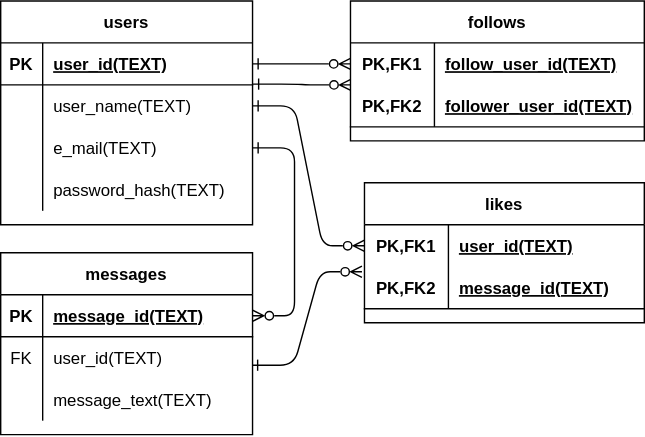
The draw.io diagram docs/ER.svg in shinbunbun/sns, before a commit. Source tidied: cells renumbered, new cells last; positions are measured from the earlier drawing's top-left corner, leaving out a move shared by most shapes.
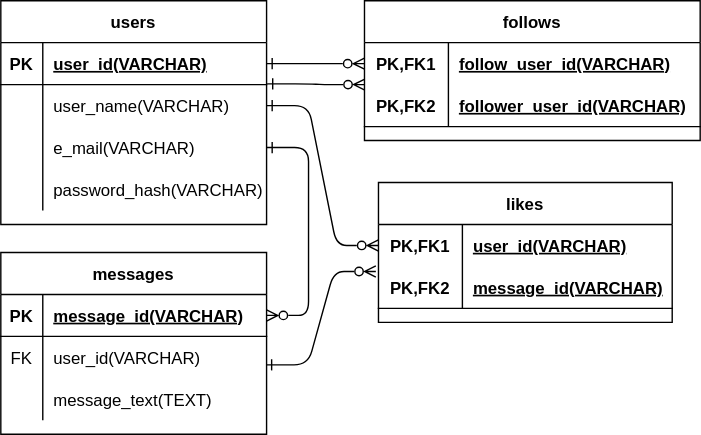
After the change.

What changed in the source:
```diff
@@ -3,118 +3,118 @@
     <mxCell id="0" />
     <mxCell id="1" parent="0" />
     <mxCell id="2" value="users" style="shape=table;startSize=30;rowLines=0;fontStyle=1;align=center;" parent="1" vertex="1">
-      <mxGeometry width="180" height="160" as="geometry" />
+      <mxGeometry x="-10" width="190" height="160" as="geometry" />
     </mxCell>
     <mxCell id="3" style="shape=partialRectangle;fillColor=none;top=0;left=0;bottom=1;right=0;points=[[0,0.5],[1,0.5]];portConstraint=eastwest;" parent="2" vertex="1">
-      <mxGeometry y="30" width="180" height="30" as="geometry" />
+      <mxGeometry y="30" width="190" height="30" as="geometry" />
     </mxCell>
     <mxCell id="4" value="PK" style="shape=partialRectangle;fillColor=none;top=0;left=0;bottom=0;right=0;fontStyle=1;overflow=hidden;" parent="3" vertex="1">
       <mxGeometry width="30" height="30" as="geometry" />
     </mxCell>
-    <mxCell id="5" value="user_id(TEXT)" style="shape=partialRectangle;fillColor=none;top=0;left=0;bottom=0;right=0;align=left;spacingLeft=6;fontStyle=5;overflow=hidden;" parent="3" vertex="1">
-      <mxGeometry x="30" width="150" height="30" as="geometry" />
+    <mxCell id="5" value="user_id(VARCHAR)" style="shape=partialRectangle;fillColor=none;top=0;left=0;bottom=0;right=0;align=left;spacingLeft=6;fontStyle=5;overflow=hidden;" parent="3" vertex="1">
+      <mxGeometry x="30" width="160" height="30" as="geometry" />
     </mxCell>
     <mxCell id="6" style="shape=partialRectangle;fillColor=none;top=0;left=0;bottom=0;right=0;points=[[0,0.5],[1,0.5]];portConstraint=eastwest;" parent="2" vertex="1">
-      <mxGeometry y="60" width="180" height="30" as="geometry" />
+      <mxGeometry y="60" width="190" height="30" as="geometry" />
     </mxCell>
     <mxCell id="7" style="shape=partialRectangle;fillColor=none;top=0;left=0;bottom=0;right=0;overflow=hidden;" parent="6" vertex="1">
       <mxGeometry width="30" height="30" as="geometry" />
     </mxCell>
-    <mxCell id="8" value="user_name(TEXT)" style="shape=partialRectangle;fillColor=none;top=0;left=0;bottom=0;right=0;align=left;spacingLeft=6;overflow=hidden;" parent="6" vertex="1">
-      <mxGeometry x="30" width="150" height="30" as="geometry" />
+    <mxCell id="8" value="user_name(VARCHAR)" style="shape=partialRectangle;fillColor=none;top=0;left=0;bottom=0;right=0;align=left;spacingLeft=6;overflow=hidden;" parent="6" vertex="1">
+      <mxGeometry x="30" width="160" height="30" as="geometry" />
     </mxCell>
     <mxCell id="9" style="shape=partialRectangle;fillColor=none;top=0;left=0;bottom=0;right=0;points=[[0,0.5],[1,0.5]];portConstraint=eastwest;" parent="2" vertex="1">
-      <mxGeometry y="90" width="180" height="30" as="geometry" />
+      <mxGeometry y="90" width="190" height="30" as="geometry" />
     </mxCell>
     <mxCell id="10" style="shape=partialRectangle;fillColor=none;top=0;left=0;bottom=0;right=0;overflow=hidden;" parent="9" vertex="1">
       <mxGeometry width="30" height="30" as="geometry" />
     </mxCell>
-    <mxCell id="11" value="e_mail(TEXT)" style="shape=partialRectangle;fillColor=none;top=0;left=0;bottom=0;right=0;align=left;spacingLeft=6;overflow=hidden;" parent="9" vertex="1">
-      <mxGeometry x="30" width="150" height="30" as="geometry" />
+    <mxCell id="11" value="e_mail(VARCHAR)" style="shape=partialRectangle;fillColor=none;top=0;left=0;bottom=0;right=0;align=left;spacingLeft=6;overflow=hidden;" parent="9" vertex="1">
+      <mxGeometry x="30" width="160" height="30" as="geometry" />
     </mxCell>
     <mxCell id="12" style="shape=partialRectangle;fillColor=none;top=0;left=0;bottom=0;right=0;" parent="2" vertex="1">
-      <mxGeometry y="120" width="180" height="30" as="geometry" />
+      <mxGeometry y="120" width="190" height="30" as="geometry" />
     </mxCell>
     <mxCell id="13" style="shape=partialRectangle;fillColor=none;top=0;left=0;bottom=0;right=0;overflow=hidden;" parent="12" vertex="1">
       <mxGeometry width="30" height="30" as="geometry" />
     </mxCell>
-    <mxCell id="14" value="password_hash(TEXT)" style="shape=partialRectangle;fillColor=none;top=0;left=0;bottom=0;right=0;align=left;spacingLeft=6;overflow=hidden;" parent="12" vertex="1">
-      <mxGeometry x="30" width="150" height="30" as="geometry" />
+    <mxCell id="14" value="password_hash(VARCHAR)" style="shape=partialRectangle;fillColor=none;top=0;left=0;bottom=0;right=0;align=left;spacingLeft=6;overflow=hidden;" parent="12" vertex="1">
+      <mxGeometry x="30" width="160" height="30" as="geometry" />
     </mxCell>
     <mxCell id="15" style="edgeStyle=entityRelationEdgeStyle;fontSize=12;html=1;endArrow=ERzeroToMany;entryX=0;entryY=0.5;entryDx=0;entryDy=0;exitX=1;exitY=0.5;exitDx=0;exitDy=0;startArrow=ERone;startFill=0;endFill=0;" parent="1" edge="1" source="3" target="27">
       <mxGeometry relative="1" as="geometry" />
     </mxCell>
     <mxCell id="16" value="messages" style="shape=table;startSize=30;rowLines=0;fontStyle=1;align=center;" parent="1" vertex="1">
-      <mxGeometry y="180" width="180" height="130" as="geometry" />
+      <mxGeometry x="-10" y="180" width="190" height="130" as="geometry" />
     </mxCell>
     <mxCell id="17" style="shape=partialRectangle;fillColor=none;top=0;left=0;bottom=1;right=0;points=[[0,0.5],[1,0.5]];portConstraint=eastwest;" parent="16" vertex="1">
-      <mxGeometry y="30" width="180" height="30" as="geometry" />
+      <mxGeometry y="30" width="190" height="30" as="geometry" />
     </mxCell>
     <mxCell id="18" value="PK" style="shape=partialRectangle;fillColor=none;top=0;left=0;bottom=0;right=0;fontStyle=1;overflow=hidden;" parent="17" vertex="1">
       <mxGeometry width="30" height="30" as="geometry" />
     </mxCell>
-    <mxCell id="19" value="message_id(TEXT)" style="shape=partialRectangle;fillColor=none;top=0;left=0;bottom=0;right=0;align=left;spacingLeft=6;fontStyle=5;overflow=hidden;" parent="17" vertex="1">
-      <mxGeometry x="30" width="150" height="30" as="geometry" />
+    <mxCell id="19" value="message_id(VARCHAR)" style="shape=partialRectangle;fillColor=none;top=0;left=0;bottom=0;right=0;align=left;spacingLeft=6;fontStyle=5;overflow=hidden;" parent="17" vertex="1">
+      <mxGeometry x="30" width="160" height="30" as="geometry" />
     </mxCell>
     <mxCell id="20" style="shape=partialRectangle;fillColor=none;top=0;left=0;bottom=0;right=0;points=[[0,0.5],[1,0.5]];portConstraint=eastwest;" parent="16" vertex="1">
-      <mxGeometry y="60" width="180" height="30" as="geometry" />
+      <mxGeometry y="60" width="190" height="30" as="geometry" />
     </mxCell>
     <mxCell id="21" value="FK" style="shape=partialRectangle;fillColor=none;top=0;left=0;bottom=0;right=0;overflow=hidden;" parent="20" vertex="1">
       <mxGeometry width="30" height="30" as="geometry" />
     </mxCell>
-    <mxCell id="22" value="user_id(TEXT)" style="shape=partialRectangle;fillColor=none;top=0;left=0;bottom=0;right=0;align=left;spacingLeft=6;overflow=hidden;" parent="20" vertex="1">
-      <mxGeometry x="30" width="150" height="30" as="geometry" />
+    <mxCell id="22" value="user_id(VARCHAR)" style="shape=partialRectangle;fillColor=none;top=0;left=0;bottom=0;right=0;align=left;spacingLeft=6;overflow=hidden;" parent="20" vertex="1">
+      <mxGeometry x="30" width="160" height="30" as="geometry" />
     </mxCell>
     <mxCell id="23" style="shape=partialRectangle;fillColor=none;top=0;left=0;bottom=0;right=0;" parent="16" vertex="1">
-      <mxGeometry y="90" width="180" height="30" as="geometry" />
+      <mxGeometry y="90" width="190" height="30" as="geometry" />
     </mxCell>
     <mxCell id="24" style="shape=partialRectangle;fillColor=none;top=0;left=0;bottom=0;right=0;overflow=hidden;" parent="23" vertex="1">
       <mxGeometry width="30" height="30" as="geometry" />
     </mxCell>
     <mxCell id="25" value="message_text(TEXT)" style="shape=partialRectangle;fillColor=none;top=0;left=0;bottom=0;right=0;align=left;spacingLeft=6;overflow=hidden;" parent="23" vertex="1">
-      <mxGeometry x="30" width="150" height="30" as="geometry" />
+      <mxGeometry x="30" width="160" height="30" as="geometry" />
     </mxCell>
     <mxCell id="26" value="follows" style="shape=table;startSize=30;rowLines=0;fontStyle=1;align=center;" parent="1" vertex="1">
-      <mxGeometry x="250" width="210" height="100" as="geometry" />
+      <mxGeometry x="250" width="240" height="100" as="geometry" />
     </mxCell>
     <mxCell id="27" style="shape=partialRectangle;fillColor=none;top=0;left=0;bottom=0;right=0;points=[[0,0.5],[1,0.5]];portConstraint=eastwest;" parent="26" vertex="1">
-      <mxGeometry y="30" width="210" height="30" as="geometry" />
+      <mxGeometry y="30" width="240" height="30" as="geometry" />
     </mxCell>
     <mxCell id="28" value="PK,FK1" style="shape=partialRectangle;fillColor=none;top=0;left=0;bottom=0;right=0;fontStyle=1;overflow=hidden;" parent="27" vertex="1">
       <mxGeometry width="60" height="30" as="geometry" />
     </mxCell>
-    <mxCell id="29" value="follow_user_id(TEXT)" style="shape=partialRectangle;fillColor=none;top=0;left=0;bottom=0;right=0;align=left;spacingLeft=6;fontStyle=5;overflow=hidden;" parent="27" vertex="1">
-      <mxGeometry x="60" width="150" height="30" as="geometry" />
+    <mxCell id="29" value="follow_user_id(VARCHAR)" style="shape=partialRectangle;fillColor=none;top=0;left=0;bottom=0;right=0;align=left;spacingLeft=6;fontStyle=5;overflow=hidden;" parent="27" vertex="1">
+      <mxGeometry x="60" width="180" height="30" as="geometry" />
     </mxCell>
     <mxCell id="30" style="shape=partialRectangle;fillColor=none;top=0;left=0;bottom=1;right=0;points=[[0,0.5],[1,0.5]];portConstraint=eastwest;" parent="26" vertex="1">
-      <mxGeometry y="60" width="210" height="30" as="geometry" />
+      <mxGeometry y="60" width="240" height="30" as="geometry" />
     </mxCell>
     <mxCell id="31" value="PK,FK2" style="shape=partialRectangle;fillColor=none;top=0;left=0;bottom=0;right=0;fontStyle=1;overflow=hidden;" parent="30" vertex="1">
       <mxGeometry width="60" height="30" as="geometry" />
     </mxCell>
-    <mxCell id="32" value="follower_user_id(TEXT)" style="shape=partialRectangle;fillColor=none;top=0;left=0;bottom=0;right=0;align=left;spacingLeft=6;fontStyle=5;overflow=hidden;" parent="30" vertex="1">
-      <mxGeometry x="60" width="150" height="30" as="geometry" />
+    <mxCell id="32" value="follower_user_id(VARCHAR)" style="shape=partialRectangle;fillColor=none;top=0;left=0;bottom=0;right=0;align=left;spacingLeft=6;fontStyle=5;overflow=hidden;" parent="30" vertex="1">
+      <mxGeometry x="60" width="180" height="30" as="geometry" />
     </mxCell>
     <mxCell id="33" value="likes" style="shape=table;startSize=30;rowLines=0;fontStyle=1;align=center;" parent="1" vertex="1">
-      <mxGeometry x="260" y="130" width="200" height="100" as="geometry" />
+      <mxGeometry x="260" y="130" width="210" height="100" as="geometry" />
     </mxCell>
     <mxCell id="34" style="shape=partialRectangle;fillColor=none;top=0;left=0;bottom=0;right=0;points=[[0,0.5],[1,0.5]];portConstraint=eastwest;" parent="33" vertex="1">
-      <mxGeometry y="30" width="200" height="30" as="geometry" />
+      <mxGeometry y="30" width="210" height="30" as="geometry" />
     </mxCell>
     <mxCell id="35" value="PK,FK1" style="shape=partialRectangle;fillColor=none;top=0;left=0;bottom=0;right=0;fontStyle=1;overflow=hidden;" parent="34" vertex="1">
       <mxGeometry width="60" height="30" as="geometry" />
     </mxCell>
-    <mxCell id="36" value="user_id(TEXT)" style="shape=partialRectangle;fillColor=none;top=0;left=0;bottom=0;right=0;align=left;spacingLeft=6;fontStyle=5;overflow=hidden;" parent="34" vertex="1">
-      <mxGeometry x="60" width="140" height="30" as="geometry" />
+    <mxCell id="36" value="user_id(VARCHAR)" style="shape=partialRectangle;fillColor=none;top=0;left=0;bottom=0;right=0;align=left;spacingLeft=6;fontStyle=5;overflow=hidden;" parent="34" vertex="1">
+      <mxGeometry x="60" width="150" height="30" as="geometry" />
     </mxCell>
     <mxCell id="37" style="shape=partialRectangle;fillColor=none;top=0;left=0;bottom=1;right=0;" parent="33" vertex="1">
-      <mxGeometry y="60" width="200" height="30" as="geometry" />
+      <mxGeometry y="60" width="210" height="30" as="geometry" />
     </mxCell>
     <mxCell id="38" value="PK,FK2" style="shape=partialRectangle;fillColor=none;top=0;left=0;bottom=0;right=0;fontStyle=1;overflow=hidden;" parent="37" vertex="1">
       <mxGeometry width="60" height="30" as="geometry" />
     </mxCell>
-    <mxCell id="39" value="message_id(TEXT)" style="shape=partialRectangle;fillColor=none;top=0;left=0;bottom=0;right=0;align=left;spacingLeft=6;fontStyle=5;overflow=hidden;" parent="37" vertex="1">
-      <mxGeometry x="60" width="140" height="30" as="geometry" />
+    <mxCell id="39" value="message_id(VARCHAR)" style="shape=partialRectangle;fillColor=none;top=0;left=0;bottom=0;right=0;align=left;spacingLeft=6;fontStyle=5;overflow=hidden;" parent="37" vertex="1">
+      <mxGeometry x="60" width="150" height="30" as="geometry" />
     </mxCell>
     <mxCell id="40" style="edgeStyle=entityRelationEdgeStyle;fontSize=12;html=1;endArrow=ERzeroToMany;entryX=-0.009;entryY=1.12;entryDx=0;entryDy=0;entryPerimeter=0;startArrow=ERone;startFill=0;endFill=0;exitX=0.998;exitY=0.678;exitDx=0;exitDy=0;exitPerimeter=0;" parent="1" edge="1" source="20" target="34">
       <mxGeometry relative="1" as="geometry" />
```
